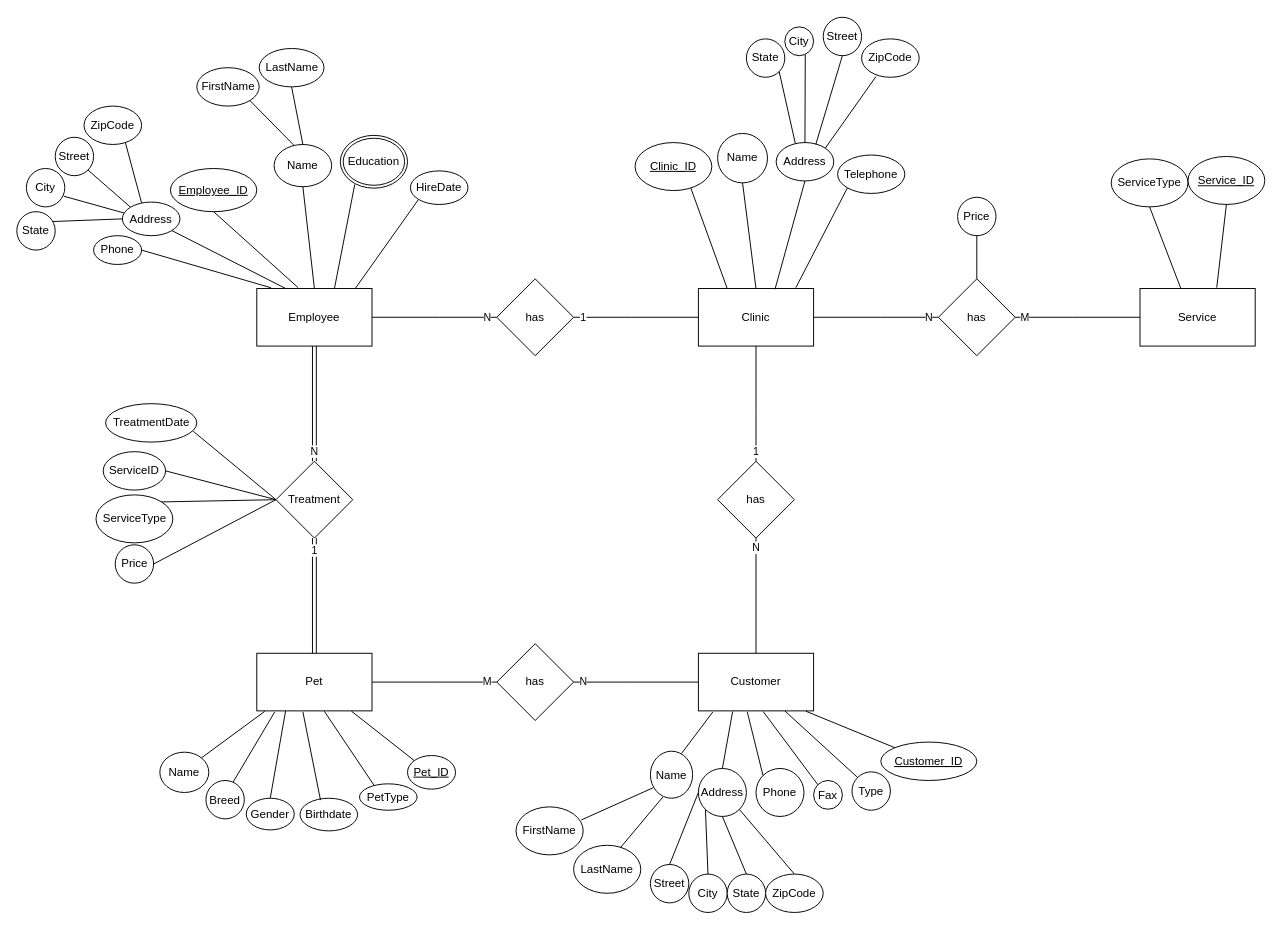
Above: Databas_Labb2.drawio in null15/Database_University (draw.io), before the change. Source tidied: cells renumbered, new cells numbered last; positions are measured from the earlier drawing's top-left corner, leaving out a move shared by most shapes. Both pictures are drawn from the tidied source at 96%, with x=0, y=0 at pixel (16, 17).
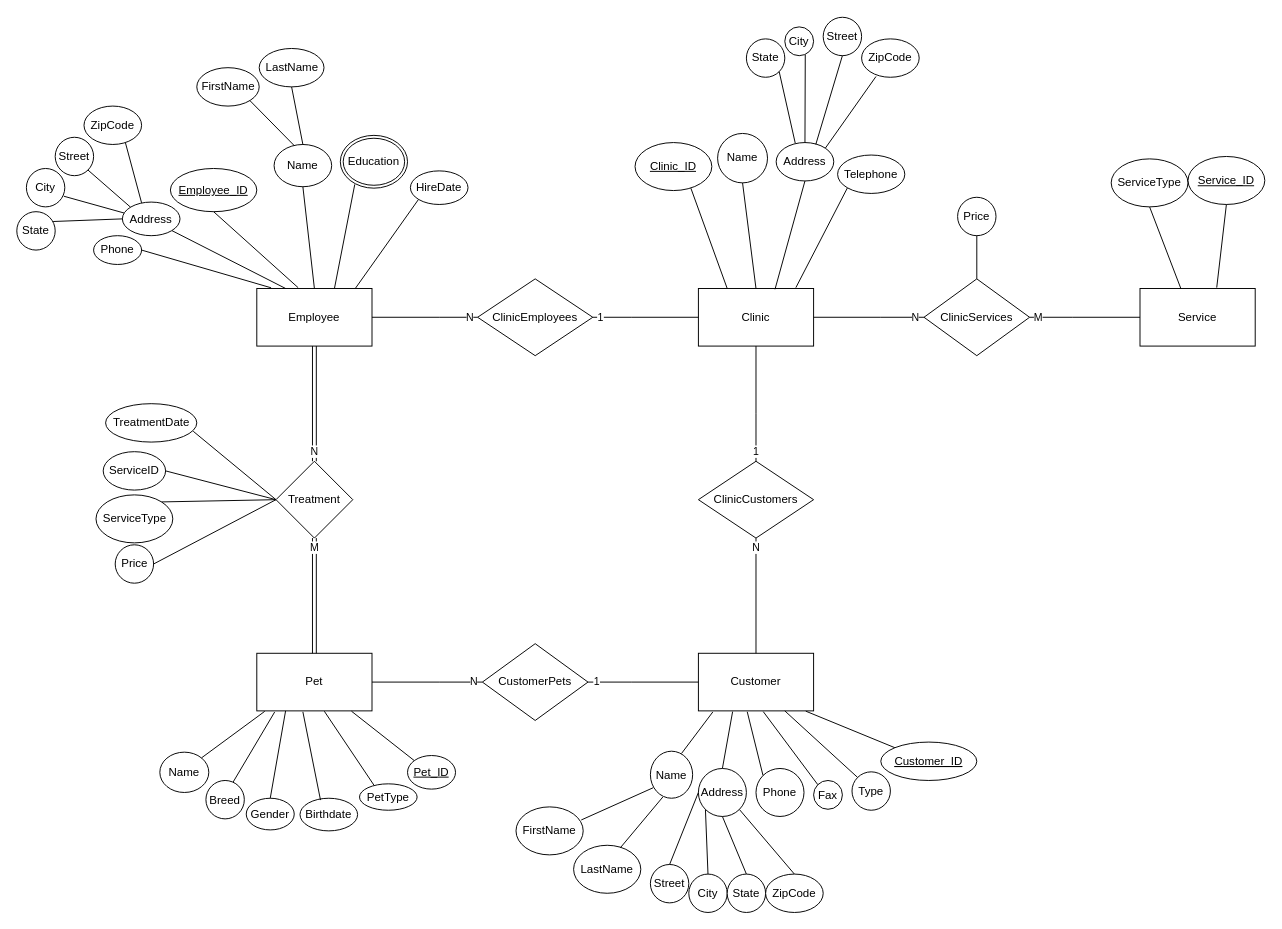
Above is the later version.

Unchanged cells that the change refers to:
```xml
<mxCell id="2" value="Customer" style="rounded=0;whiteSpace=wrap;html=1;" parent="1" vertex="1">
  <mxGeometry x="710" y="662" width="120" height="60" as="geometry" />
</mxCell>
<mxCell id="4" value="Pet" style="rounded=0;whiteSpace=wrap;html=1;" parent="1" vertex="1">
  <mxGeometry x="250" y="662" width="120" height="60" as="geometry" />
</mxCell>
<mxCell id="7" value="Treatment" style="shape=rhombus;perimeter=rhombusPerimeter;whiteSpace=wrap;html=1;align=center;" parent="1" vertex="1">
  <mxGeometry x="270" y="462" width="80" height="80" as="geometry" />
</mxCell>
```

Diff of the diagram source:
```diff
@@
-    <mxCell id="8" value="has" style="shape=rhombus;perimeter=rhombusPerimeter;whiteSpace=wrap;html=1;align=center;" parent="1" vertex="1">
-      <mxGeometry x="730" y="462" width="80" height="80" as="geometry" />
+    <mxCell id="8" value="ClinicCustomers" style="shape=rhombus;perimeter=rhombusPerimeter;whiteSpace=wrap;html=1;align=center;" parent="1" vertex="1">
+      <mxGeometry x="710" y="462" width="120" height="80" as="geometry" />
     </mxCell>
@@
-    <mxCell id="11" value="has" style="shape=rhombus;perimeter=rhombusPerimeter;whiteSpace=wrap;html=1;align=center;" parent="1" vertex="1">
-      <mxGeometry x="500" y="272" width="80" height="80" as="geometry" />
+    <mxCell id="11" value="ClinicEmployees" style="shape=rhombus;perimeter=rhombusPerimeter;whiteSpace=wrap;html=1;align=center;" parent="1" vertex="1">
+      <mxGeometry x="480" y="272" width="120" height="80" as="geometry" />
     </mxCell>
@@
-    <mxCell id="14" value="has" style="shape=rhombus;perimeter=rhombusPerimeter;whiteSpace=wrap;html=1;align=center;" parent="1" vertex="1">
-      <mxGeometry x="960" y="272" width="80" height="80" as="geometry" />
+    <mxCell id="14" value="ClinicServices" style="shape=rhombus;perimeter=rhombusPerimeter;whiteSpace=wrap;html=1;align=center;" parent="1" vertex="1">
+      <mxGeometry x="945" y="272" width="110" height="80" as="geometry" />
     </mxCell>
@@
-    <mxCell id="17" value="has" style="shape=rhombus;perimeter=rhombusPerimeter;whiteSpace=wrap;html=1;align=center;" parent="1" vertex="1">
-      <mxGeometry x="500" y="652" width="80" height="80" as="geometry" />
+    <mxCell id="17" value="CustomerPets" style="shape=rhombus;perimeter=rhombusPerimeter;whiteSpace=wrap;html=1;align=center;" parent="1" vertex="1">
+      <mxGeometry x="485" y="652" width="110" height="80" as="geometry" />
     </mxCell>
-    <mxCell id="18" value="M" style="endArrow=none;html=1;rounded=0;exitX=0;exitY=0.5;exitDx=0;exitDy=0;entryX=1;entryY=0.5;entryDx=0;entryDy=0;" parent="1" edge="1" source="17" target="4">
+    <mxCell id="18" value="N" style="endArrow=none;html=1;rounded=0;exitX=0;exitY=0.5;exitDx=0;exitDy=0;entryX=1;entryY=0.5;entryDx=0;entryDy=0;" parent="1" edge="1" source="17" target="4">
       <mxGeometry x="-0.85" relative="1" as="geometry">
         <Array as="points">
           <mxPoint x="440" y="692" />
         </Array>
       </mxGeometry>
     </mxCell>
-    <mxCell id="19" value="N" style="endArrow=none;html=1;rounded=0;entryX=1;entryY=0.5;entryDx=0;entryDy=0;exitX=0;exitY=0.5;exitDx=0;exitDy=0;" parent="1" edge="1" source="2" target="17">
+    <mxCell id="19" value="1" style="endArrow=none;html=1;rounded=0;entryX=1;entryY=0.5;entryDx=0;entryDy=0;exitX=0;exitY=0.5;exitDx=0;exitDy=0;" parent="1" edge="1" source="2" target="17">
       <mxGeometry x="0.85" relative="1" as="geometry">
         <Array as="points">
           <mxPoint x="640" y="692" />
         </Array>
       </mxGeometry>
     </mxCell>
@@
-    <mxCell id="111" value="1" style="shape=link;html=1;rounded=0;exitX=0.5;exitY=1;exitDx=0;exitDy=0;entryX=0.5;entryY=0;entryDx=0;entryDy=0;" parent="1" edge="1" source="7" target="4">
-      <mxGeometry x="-0.78" relative="1" as="geometry" />
+    <mxCell id="111" value="M" style="shape=link;html=1;rounded=0;exitX=0.5;exitY=1;exitDx=0;exitDy=0;entryX=0.5;entryY=0;entryDx=0;entryDy=0;" parent="1" edge="1" source="7" target="4">
+      <mxGeometry x="-0.83" relative="1" as="geometry" />
     </mxCell>
```
